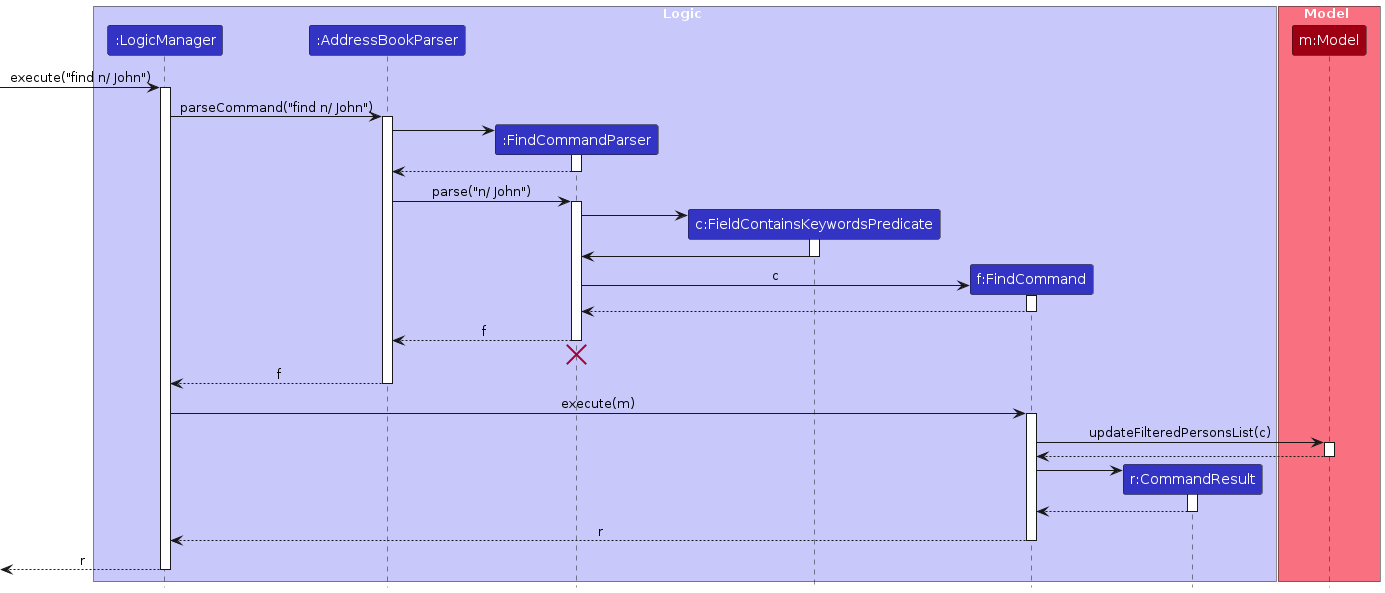
Earlier version of the PlantUML export diagrams/FindSequenceDiagram.png (AY2425S1-CS2103T-T15-3/tp). Its source is kept beside it as diagrams/FindSequenceDiagram.puml.
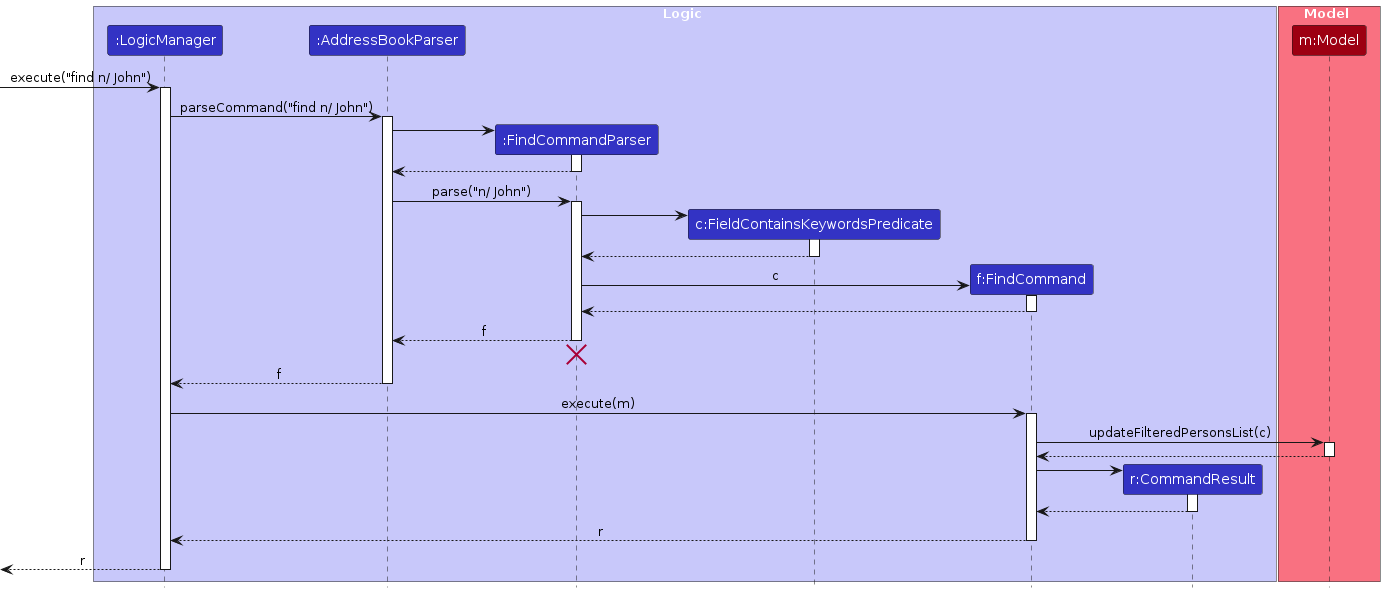
The same file after the commit.

Diff of the diagram source:
```diff
@@ -35,7 +35,7 @@
 FindCommandParser -> FieldContainsKeywordsPredicate
 activate FieldContainsKeywordsPredicate
 
-FieldContainsKeywordsPredicate -> FindCommandParser
+FieldContainsKeywordsPredicate --> FindCommandParser
 deactivate FieldContainsKeywordsPredicate
 
 create FindCommand
```
